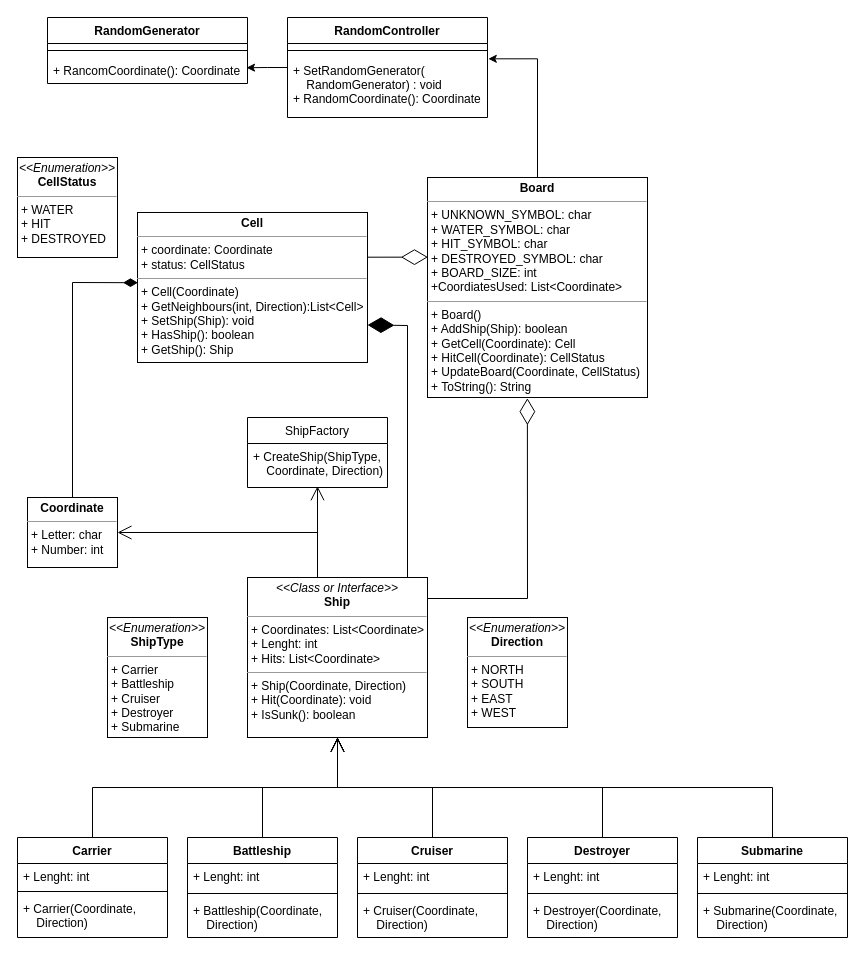
Earlier version of the draw.io diagram UML.drawio (CesarSnake/Battleship). Source tidied: cells renumbered, new cells numbered last; positions are measured from the earlier drawing's top-left corner, leaving out a move shared by most shapes. Both pictures are drawn from the tidied source at 100%, with x=0, y=0 at pixel (17, 17).
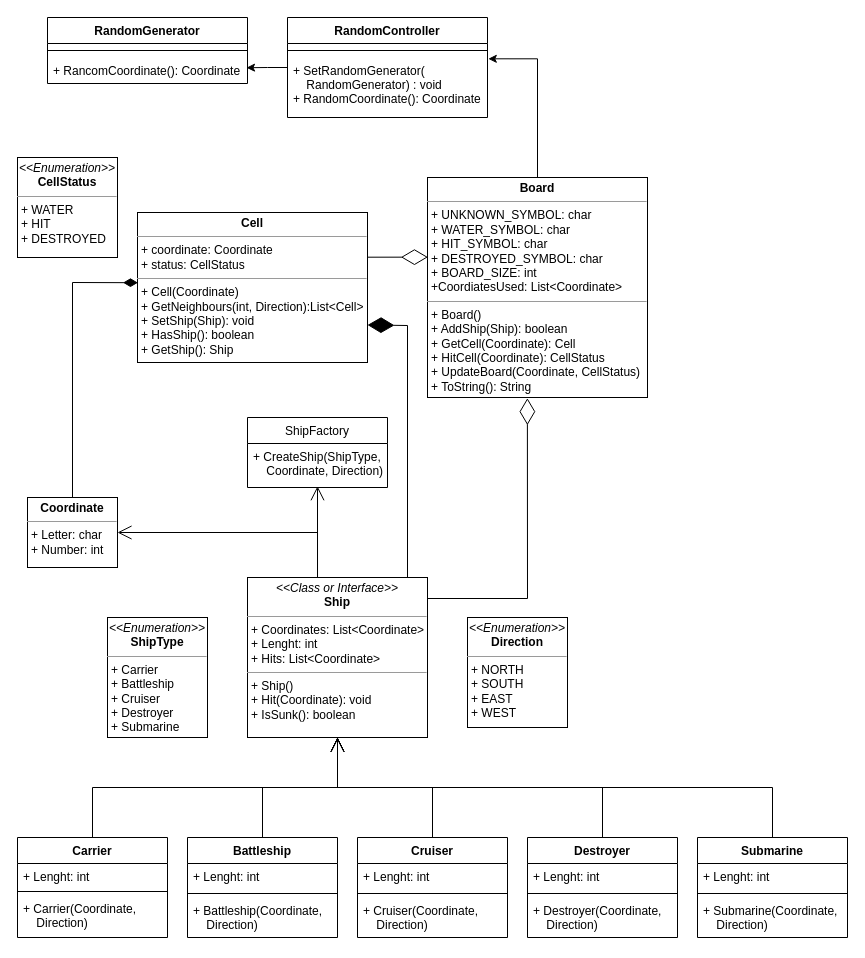
The same page after the edit.

Commit message (it also covers changes not shown here):
added null parameters test, refactor ship, added new ship tests, implemented Carrier class [Fix build]

The edit, as a diff of the source:
```diff
@@
-    <mxCell id="2" value="&lt;p style=&quot;margin: 0px ; margin-top: 4px ; text-align: center&quot;&gt;&lt;i&gt;&amp;lt;&amp;lt;Class or Interface&amp;gt;&amp;gt;&lt;/i&gt;&lt;br&gt;&lt;b&gt;Ship&lt;/b&gt;&lt;/p&gt;&lt;hr size=&quot;1&quot;&gt;&lt;p style=&quot;margin: 0px ; margin-left: 4px&quot;&gt;&lt;span&gt;+ Coordinates: List&amp;lt;Coordinate&amp;gt;&lt;/span&gt;&lt;br&gt;&lt;/p&gt;&lt;p style=&quot;margin: 0px ; margin-left: 4px&quot;&gt;+ Lenght: int&lt;/p&gt;&lt;p style=&quot;margin: 0px ; margin-left: 4px&quot;&gt;+ Hits: List&amp;lt;Coordinate&amp;gt;&lt;/p&gt;&lt;hr size=&quot;1&quot;&gt;&lt;p style=&quot;margin: 0px ; margin-left: 4px&quot;&gt;+ Ship(Coordinate, Direction)&lt;/p&gt;&lt;p style=&quot;margin: 0px ; margin-left: 4px&quot;&gt;+ Hit(Coordinate): void&lt;br&gt;+ IsSunk(): boolean&lt;/p&gt;" style="verticalAlign=top;align=left;overflow=fill;fontSize=12;fontFamily=Helvetica;html=1;" parent="1" vertex="1">
+    <mxCell id="2" value="&lt;p style=&quot;margin: 0px ; margin-top: 4px ; text-align: center&quot;&gt;&lt;i&gt;&amp;lt;&amp;lt;Class or Interface&amp;gt;&amp;gt;&lt;/i&gt;&lt;br&gt;&lt;b&gt;Ship&lt;/b&gt;&lt;/p&gt;&lt;hr size=&quot;1&quot;&gt;&lt;p style=&quot;margin: 0px ; margin-left: 4px&quot;&gt;&lt;span&gt;+ Coordinates: List&amp;lt;Coordinate&amp;gt;&lt;/span&gt;&lt;br&gt;&lt;/p&gt;&lt;p style=&quot;margin: 0px ; margin-left: 4px&quot;&gt;+ Lenght: int&lt;/p&gt;&lt;p style=&quot;margin: 0px ; margin-left: 4px&quot;&gt;+ Hits: List&amp;lt;Coordinate&amp;gt;&lt;/p&gt;&lt;hr size=&quot;1&quot;&gt;&lt;p style=&quot;margin: 0px ; margin-left: 4px&quot;&gt;+ Ship()&lt;/p&gt;&lt;p style=&quot;margin: 0px ; margin-left: 4px&quot;&gt;+ Hit(Coordinate): void&lt;br&gt;+ IsSunk(): boolean&lt;/p&gt;" style="verticalAlign=top;align=left;overflow=fill;fontSize=12;fontFamily=Helvetica;html=1;" parent="1" vertex="1">
       <mxGeometry x="230" y="560" width="180" height="160" as="geometry" />
     </mxCell>
```
